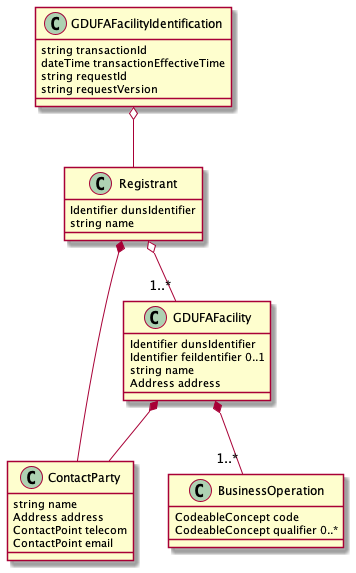
Above: input/images/GDUFAFacilityIdentificationLogicalModel.png in HL7/fhir-spl (PlantUML), before the change. The source it was exported from:
```plantuml
@startuml
class GDUFAFacilityIdentification {
	string transactionId
	dateTime transactionEffectiveTime
	string requestId
	string requestVersion
}
GDUFAFacilityIdentification o-- Registrant
class Registrant {
	Identifier dunsIdentifier
	string name
}
Registrant *-- ContactParty
class ContactParty {
	string name
	Address address
	ContactPoint telecom
	ContactPoint email
}
Registrant o-- "1..*" GDUFAFacility
class GDUFAFacility {
	Identifier dunsIdentifier
	Identifier feiIdentifier 0..1
	string name
	Address address
}
GDUFAFacility *-- ContactParty
GDUFAFacility *-- "1..*" BusinessOperation
class BusinessOperation {
	CodeableConcept code
	CodeableConcept qualifier 0..*
}
@enduml
```
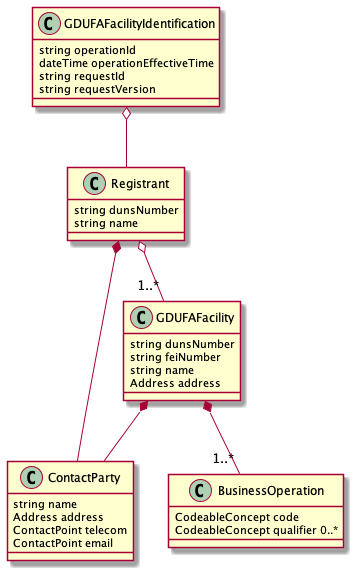
Later version of the same file.

What changed in the source:
```diff
@@ -1,13 +1,13 @@
 @startuml
 class GDUFAFacilityIdentification {
-	string transactionId
-	dateTime transactionEffectiveTime
+	string operationId
+	dateTime operationEffectiveTime
 	string requestId
 	string requestVersion
 }
 GDUFAFacilityIdentification o-- Registrant
 class Registrant {
-	Identifier dunsIdentifier
+	string dunsNumber
 	string name
 }
 Registrant *-- ContactParty
@@ -19,8 +19,8 @@
 }
 Registrant o-- "1..*" GDUFAFacility
 class GDUFAFacility {
-	Identifier dunsIdentifier
-	Identifier feiIdentifier 0..1
+	string dunsNumber
+	string feiNumber
 	string name
 	Address address
 }
```
